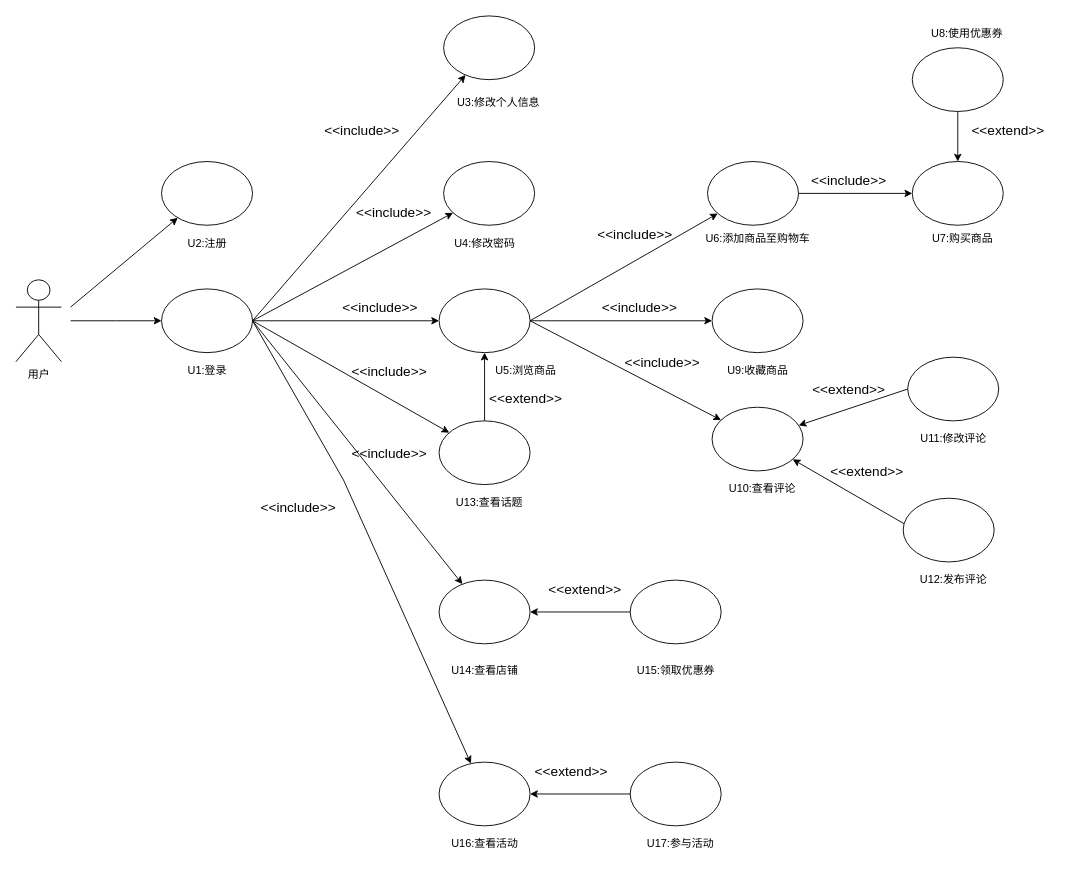
Above: 软工导论小组作业/需求建模之用例模型（商品模块-用户）.drawio in app1echip/grams (draw.io), before the change. Source tidied: cells renumbered, new cells numbered last; positions are measured from the earlier drawing's top-left corner, leaving out a move shared by most shapes. Both pictures are drawn from the tidied source at 91%, with x=0, y=0 at pixel (15, 15).
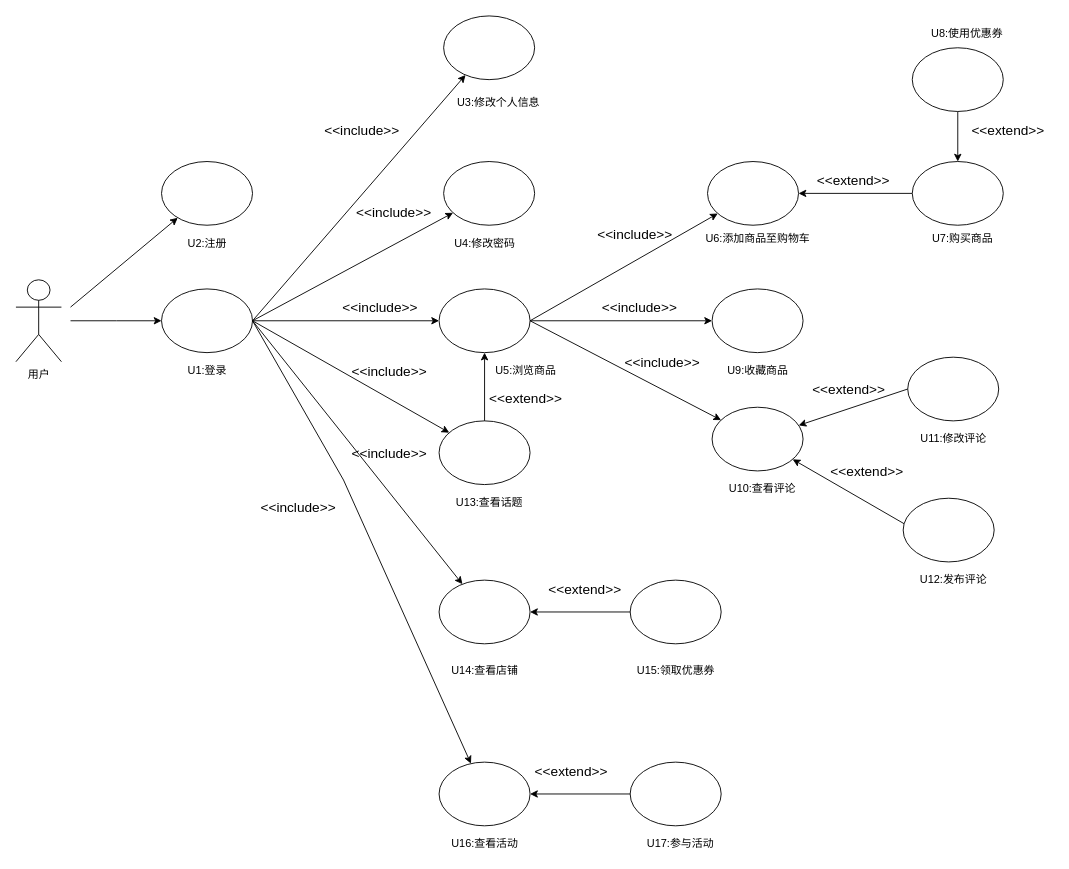
After the change.

Commit message:
Update 需求建模之用例模型（商品模块-用户）.drawio

Unchanged cells that the change refers to:
```xml
<mxCell id="11" style="ellipse;whiteSpace=wrap;html=1;" parent="1" vertex="1">
  <mxGeometry x="760" y="160" width="100" height="70" as="geometry" />
</mxCell>
<mxCell id="14" style="ellipse;whiteSpace=wrap;html=1;" parent="1" vertex="1">
  <mxGeometry x="985" y="160" width="100" height="70" as="geometry" />
</mxCell>
```

Diff of the diagram source:
```diff
@@
-    <mxCell id="12" style="edgeStyle=none;rounded=0;jettySize=auto;html=1;entryX=1;entryY=0.5;entryDx=0;entryDy=0;startArrow=classic;startFill=1;endArrow=none;endFill=0;" parent="1" edge="1" source="14" target="11">
+    <mxCell id="12" style="edgeStyle=none;rounded=0;jettySize=auto;html=1;entryX=1;entryY=0.5;entryDx=0;entryDy=0;startArrow=none;startFill=0;endArrow=classic;endFill=1;" parent="1" edge="1" source="14" target="11">
       <mxGeometry relative="1" as="geometry" />
     </mxCell>
@@
-    <mxCell id="54" value="&lt;font style=&quot;font-size: 15px&quot;&gt;&amp;lt;&amp;lt;include&amp;gt;&amp;gt;&lt;/font&gt;" style="text;html=1;align=center;verticalAlign=middle;" parent="1" vertex="1">
-      <mxGeometry x="865" y="170" width="100" height="20" as="geometry" />
-    </mxCell>
@@
+    <mxCell id="71" value="&lt;font style=&quot;font-size: 15px&quot;&gt;&amp;lt;&amp;lt;extend&amp;gt;&amp;gt;&lt;/font&gt;" style="text;html=1;align=center;verticalAlign=middle;" parent="1" vertex="1">
+      <mxGeometry x="870" y="170" width="100" height="20" as="geometry" />
+    </mxCell>
```
